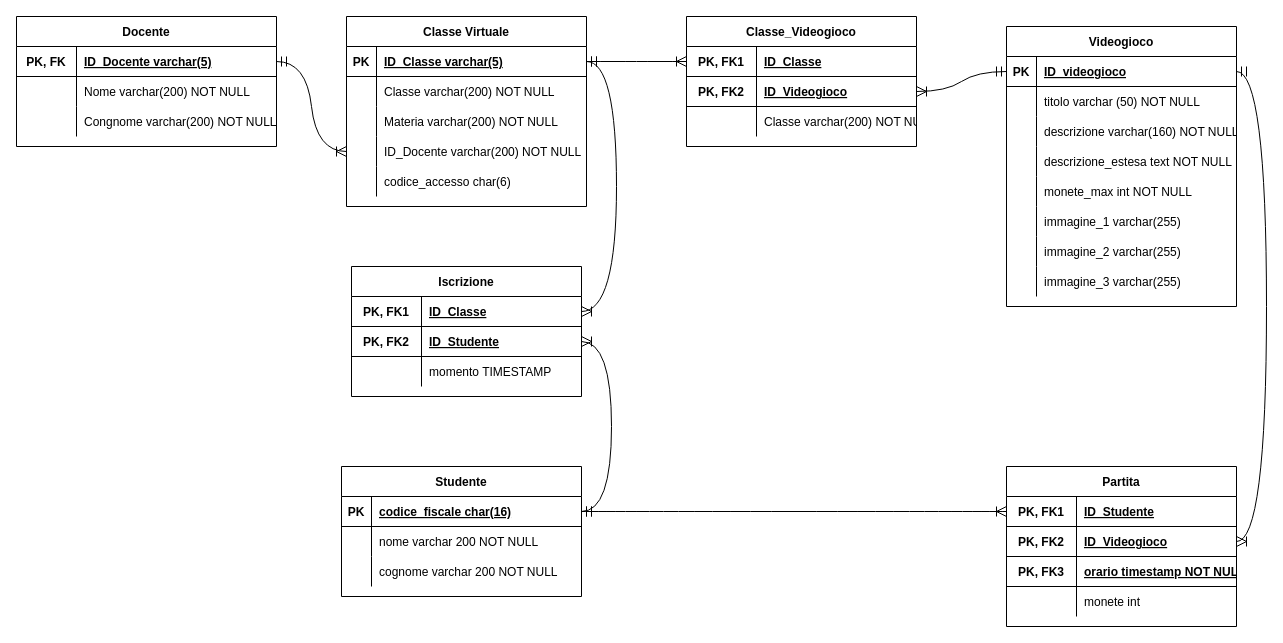
Above: Logico.drawio in Smatjoy/Seconda-prova-Info-2023 (draw.io), before the change. Source tidied: cells renumbered, new cells numbered last; positions are measured from the earlier drawing's top-left corner, leaving out a move shared by most shapes. Both pictures are drawn from the tidied source at 100%, with x=0, y=0 at pixel (16, 16).
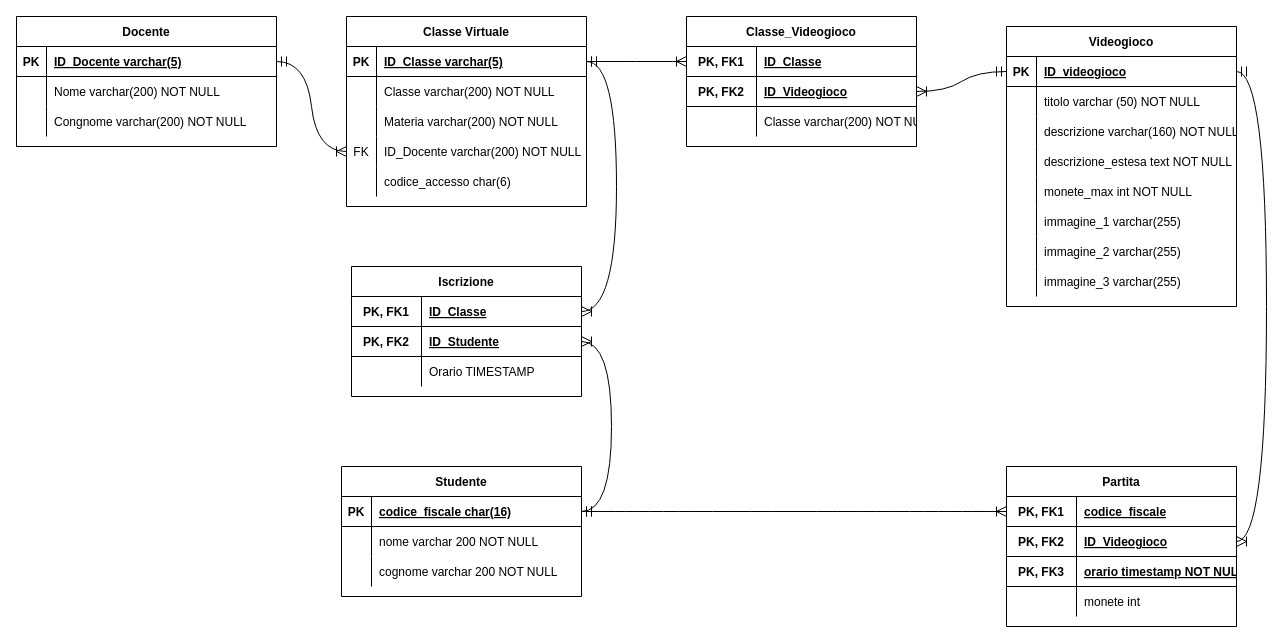
After the change.

Commit message:
Update Logic diagram

The change refers to these unchanged cells:
```xml
<mxCell id="3" style="shape=partialRectangle;fillColor=none;points=[[0,0.5],[1,0.5]];portConstraint=eastwest;top=0;left=0;right=0;bottom=1;" parent="2" vertex="1">
  <mxGeometry y="30" width="260" height="30" as="geometry" />
</mxCell>
<mxCell id="6" style="shape=partialRectangle;fillColor=none;top=0;left=0;right=0;bottom=0;" parent="2" vertex="1">
  <mxGeometry y="60" width="260" height="30" as="geometry" />
</mxCell>
<mxCell id="9" style="shape=partialRectangle;fillColor=none;top=0;left=0;right=0;bottom=0;" parent="2" vertex="1">
  <mxGeometry y="90" width="260" height="30" as="geometry" />
</mxCell>
<mxCell id="22" style="shape=partialRectangle;fillColor=none;points=[[0,0.5],[1,0.5]];portConstraint=eastwest;top=0;left=0;right=0;bottom=0;" parent="12" vertex="1">
  <mxGeometry y="120" width="240" height="30" as="geometry" />
</mxCell>
<mxCell id="73" style="shape=partialRectangle;fillColor=none;top=0;left=0;right=0;bottom=0;" parent="66" vertex="1">
  <mxGeometry y="90" width="230" height="30" as="geometry" />
</mxCell>
<mxCell id="81" style="shape=partialRectangle;fillColor=none;points=[[0,0.5],[1,0.5]];portConstraint=eastwest;top=0;left=0;right=0;bottom=1;" parent="80" vertex="1">
  <mxGeometry y="30" width="230" height="30" as="geometry" />
</mxCell>
```

Change to the diagram source:
```diff
@@
-    <mxCell id="4" value="PK, FK" style="shape=partialRectangle;overflow=hidden;fillColor=none;top=0;left=0;bottom=0;right=0;fontStyle=1;" parent="3" vertex="1">
-      <mxGeometry width="60" height="30" as="geometry" />
+    <mxCell id="4" value="PK" style="shape=partialRectangle;overflow=hidden;fillColor=none;top=0;left=0;bottom=0;right=0;fontStyle=1;" parent="3" vertex="1">
+      <mxGeometry width="30" height="30" as="geometry" />
     </mxCell>
     <mxCell id="5" value="ID_Docente varchar(5)" style="shape=partialRectangle;overflow=hidden;fillColor=none;top=0;left=0;bottom=0;right=0;align=left;spacingLeft=6;fontStyle=5;" parent="3" vertex="1">
-      <mxGeometry x="60" width="200" height="30" as="geometry" />
+      <mxGeometry x="30" width="230" height="30" as="geometry" />
     </mxCell>
@@
     <mxCell id="7" style="shape=partialRectangle;overflow=hidden;fillColor=none;top=0;left=0;bottom=0;right=0;" parent="6" vertex="1">
-      <mxGeometry width="60" height="30" as="geometry" />
+      <mxGeometry width="30" height="30" as="geometry" />
     </mxCell>
     <mxCell id="8" value="Nome varchar(200) NOT NULL" style="shape=partialRectangle;overflow=hidden;fillColor=none;top=0;left=0;bottom=0;right=0;align=left;spacingLeft=6;" parent="6" vertex="1">
-      <mxGeometry x="60" width="200" height="30" as="geometry" />
+      <mxGeometry x="30" width="230" height="30" as="geometry" />
     </mxCell>
@@
     <mxCell id="10" style="shape=partialRectangle;overflow=hidden;fillColor=none;top=0;left=0;bottom=0;right=0;" parent="9" vertex="1">
-      <mxGeometry width="60" height="30" as="geometry" />
+      <mxGeometry width="30" height="30" as="geometry" />
     </mxCell>
     <mxCell id="11" value="Congnome varchar(200) NOT NULL" style="shape=partialRectangle;overflow=hidden;fillColor=none;top=0;left=0;bottom=0;right=0;align=left;spacingLeft=6;" parent="9" vertex="1">
-      <mxGeometry x="60" width="200" height="30" as="geometry" />
+      <mxGeometry x="30" width="230" height="30" as="geometry" />
     </mxCell>
@@
-    <mxCell id="23" style="shape=partialRectangle;overflow=hidden;fillColor=none;top=0;left=0;bottom=0;right=0;" parent="22" vertex="1">
+    <mxCell id="23" value="FK" style="shape=partialRectangle;overflow=hidden;fillColor=none;top=0;left=0;bottom=0;right=0;" parent="22" vertex="1">
       <mxGeometry width="30" height="30" as="geometry" />
     </mxCell>
@@
-    <mxCell id="75" value="momento TIMESTAMP" style="shape=partialRectangle;overflow=hidden;fillColor=none;top=0;left=0;bottom=0;right=0;align=left;spacingLeft=6;" parent="73" vertex="1">
+    <mxCell id="75" value="Orario TIMESTAMP" style="shape=partialRectangle;overflow=hidden;fillColor=none;top=0;left=0;bottom=0;right=0;align=left;spacingLeft=6;" parent="73" vertex="1">
       <mxGeometry x="70" width="160" height="30" as="geometry" />
     </mxCell>
@@
-    <mxCell id="83" value="ID_Studente" style="shape=partialRectangle;overflow=hidden;fillColor=none;top=0;left=0;bottom=0;right=0;align=left;spacingLeft=6;fontStyle=5;" parent="81" vertex="1">
+    <mxCell id="83" value="codice_fiscale" style="shape=partialRectangle;overflow=hidden;fillColor=none;top=0;left=0;bottom=0;right=0;align=left;spacingLeft=6;fontStyle=5;" parent="81" vertex="1">
       <mxGeometry x="70" width="160" height="30" as="geometry" />
     </mxCell>
```
